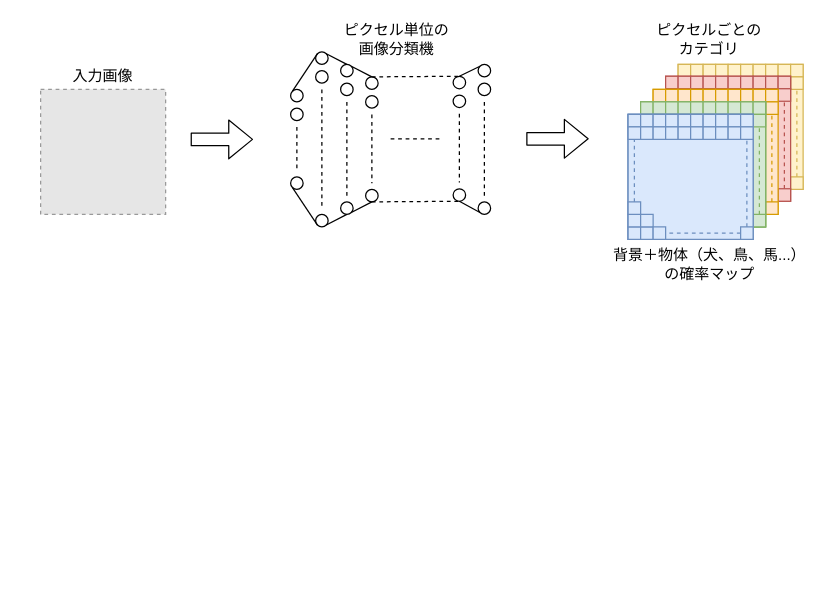
The draw.io diagram image/セマンティック・セグメンテーション.drawio in hiki-masa/JupyterNotebook_PyTorch, before the edit. Source tidied: cells renumbered, new cells numbered last; positions are measured from the earlier drawing's top-left corner, leaving out a move shared by most shapes. Both pictures are drawn from the tidied source at 125%, with x=0, y=0 at pixel (40, 26). Pictures stored in the file or linked from it are replaced by grey dashed boxes.
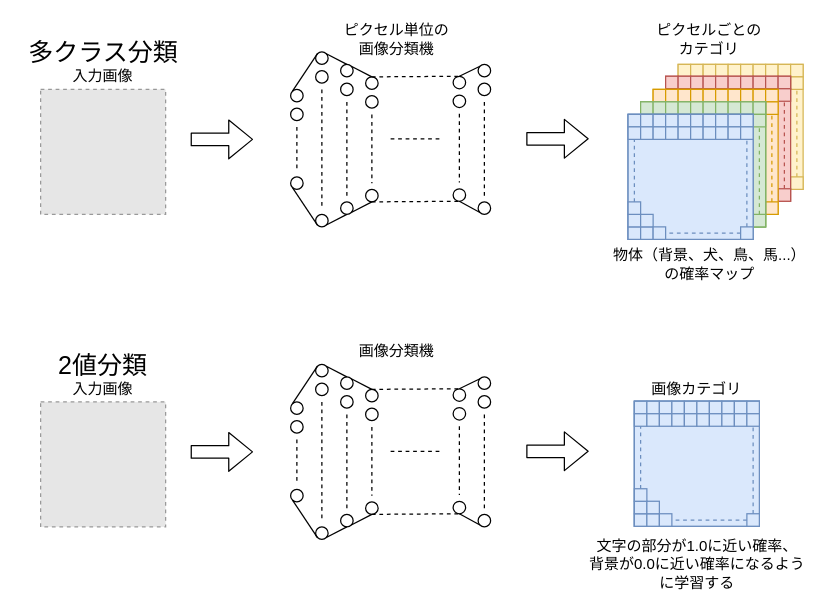
After the change.

Change to the diagram source:
```diff
@@
-    <mxCell id="74" value="背景＋物体（犬、鳥、馬...）&lt;br&gt;の確率マップ" style="text;html=1;strokeColor=none;fillColor=none;align=center;verticalAlign=middle;whiteSpace=wrap;rounded=0;" parent="1" vertex="1">
+    <mxCell id="74" value="物体（背景、犬、鳥、馬...）&lt;br&gt;の確率マップ" style="text;html=1;strokeColor=none;fillColor=none;align=center;verticalAlign=middle;whiteSpace=wrap;rounded=0;" parent="1" vertex="1">
       <mxGeometry x="452.5" y="180" width="165" height="20" as="geometry" />
     </mxCell>
@@
+    <mxCell id="203" value="入力画像" style="text;html=1;strokeColor=none;fillColor=none;align=center;verticalAlign=middle;whiteSpace=wrap;rounded=0;" parent="1" vertex="1">
+      <mxGeometry x="15" y="279.5" width="70" height="20" as="geometry" />
+    </mxCell>
+    <mxCell id="204" style="shape=flexArrow;endArrow=classic;html=1;" parent="1" edge="1">
+      <mxGeometry relative="1" as="geometry">
+        <mxPoint x="120" y="340" as="sourcePoint" />
+        <mxPoint x="170" y="340" as="targetPoint" />
+      </mxGeometry>
+    </mxCell>
+    <mxCell id="205" style="ellipse;whiteSpace=wrap;html=1;" parent="1" vertex="1">
+      <mxGeometry x="200" y="300" width="10" height="10" as="geometry" />
+    </mxCell>
+    <mxCell id="206" style="ellipse;whiteSpace=wrap;html=1;" parent="1" vertex="1">
+      <mxGeometry x="200" y="315" width="10" height="10" as="geometry" />
+    </mxCell>
+    <mxCell id="207" style="ellipse;whiteSpace=wrap;html=1;" parent="1" vertex="1">
+      <mxGeometry x="200" y="370" width="10" height="10" as="geometry" />
+    </mxCell>
+    <mxCell id="208" style="endArrow=none;dashed=1;html=1;" parent="1" edge="1">
+      <mxGeometry relative="1" as="geometry">
+        <mxPoint x="205" y="330" as="sourcePoint" />
+        <mxPoint x="205" y="365" as="targetPoint" />
+      </mxGeometry>
+    </mxCell>
+    <mxCell id="209" style="ellipse;whiteSpace=wrap;html=1;" parent="1" vertex="1">
+      <mxGeometry x="220" y="285" width="10" height="10" as="geometry" />
+    </mxCell>
+    <mxCell id="210" style="ellipse;whiteSpace=wrap;html=1;" parent="1" vertex="1">
+      <mxGeometry x="220" y="400" width="10" height="10" as="geometry" />
+    </mxCell>
+    <mxCell id="211" style="ellipse;whiteSpace=wrap;html=1;" parent="1" vertex="1">
+      <mxGeometry x="220" y="270" width="10" height="10" as="geometry" />
+    </mxCell>
+    <mxCell id="212" style="endArrow=none;dashed=1;html=1;" parent="1" edge="1">
+      <mxGeometry relative="1" as="geometry">
+        <mxPoint x="225" y="300" as="sourcePoint" />
+        <mxPoint x="225" y="395" as="targetPoint" />
+      </mxGeometry>
+    </mxCell>
+    <mxCell id="213" style="ellipse;whiteSpace=wrap;html=1;" parent="1" vertex="1">
+      <mxGeometry x="240" y="280" width="10" height="10" as="geometry" />
+    </mxCell>
+    <mxCell id="214" style="ellipse;whiteSpace=wrap;html=1;" parent="1" vertex="1">
+      <mxGeometry x="240" y="390" width="10" height="10" as="geometry" />
+    </mxCell>
+    <mxCell id="215" style="endArrow=none;dashed=1;html=1;" parent="1" edge="1">
+      <mxGeometry relative="1" as="geometry">
+        <mxPoint x="245" y="310" as="sourcePoint" />
+        <mxPoint x="245" y="385" as="targetPoint" />
+      </mxGeometry>
+    </mxCell>
+    <mxCell id="216" style="endArrow=none;html=1;exitX=0;exitY=0;exitDx=0;exitDy=0;entryX=0;entryY=0;entryDx=0;entryDy=0;" parent="1" edge="1" source="205" target="211">
+      <mxGeometry relative="1" as="geometry" />
+    </mxCell>
+    <mxCell id="217" style="endArrow=none;html=1;entryX=0;entryY=1;entryDx=0;entryDy=0;exitX=0;exitY=1;exitDx=0;exitDy=0;" parent="1" edge="1" source="210" target="207">
+      <mxGeometry relative="1" as="geometry" />
+    </mxCell>
+    <mxCell id="218" style="ellipse;whiteSpace=wrap;html=1;" parent="1" vertex="1">
+      <mxGeometry x="240" y="295" width="10" height="10" as="geometry" />
+    </mxCell>
+    <mxCell id="219" style="ellipse;whiteSpace=wrap;html=1;" parent="1" vertex="1">
+      <mxGeometry x="260" y="305" width="10" height="10" as="geometry" />
+    </mxCell>
+    <mxCell id="220" style="ellipse;whiteSpace=wrap;html=1;" parent="1" vertex="1">
+      <mxGeometry x="260" y="380" width="10" height="10" as="geometry" />
+    </mxCell>
+    <mxCell id="221" style="endArrow=none;dashed=1;html=1;" parent="1" edge="1">
+      <mxGeometry relative="1" as="geometry">
+        <mxPoint x="265" y="320" as="sourcePoint" />
+        <mxPoint x="265" y="375" as="targetPoint" />
+      </mxGeometry>
+    </mxCell>
+    <mxCell id="222" style="ellipse;whiteSpace=wrap;html=1;" parent="1" vertex="1">
+      <mxGeometry x="260" y="290" width="10" height="10" as="geometry" />
+    </mxCell>
+    <mxCell id="223" style="ellipse;whiteSpace=wrap;html=1;" parent="1" vertex="1">
+      <mxGeometry x="330" y="304.5" width="10" height="10" as="geometry" />
+    </mxCell>
+    <mxCell id="224" style="ellipse;whiteSpace=wrap;html=1;" parent="1" vertex="1">
+      <mxGeometry x="330" y="379.5" width="10" height="10" as="geometry" />
+    </mxCell>
+    <mxCell id="225" style="endArrow=none;dashed=1;html=1;" parent="1" edge="1">
+      <mxGeometry relative="1" as="geometry">
+        <mxPoint x="335" y="319.5" as="sourcePoint" />
+        <mxPoint x="335" y="374.5" as="targetPoint" />
+      </mxGeometry>
+    </mxCell>
+    <mxCell id="226" style="ellipse;whiteSpace=wrap;html=1;" parent="1" vertex="1">
+      <mxGeometry x="330" y="289.5" width="10" height="10" as="geometry" />
+    </mxCell>
+    <mxCell id="227" style="endArrow=none;dashed=1;html=1;" parent="1" edge="1">
+      <mxGeometry relative="1" as="geometry">
+        <mxPoint x="280" y="339.5" as="sourcePoint" />
+        <mxPoint x="320" y="339.5" as="targetPoint" />
+      </mxGeometry>
+    </mxCell>
+    <mxCell id="228" style="ellipse;whiteSpace=wrap;html=1;" parent="1" vertex="1">
+      <mxGeometry x="350" y="280" width="10" height="10" as="geometry" />
+    </mxCell>
+    <mxCell id="229" style="ellipse;whiteSpace=wrap;html=1;" parent="1" vertex="1">
+      <mxGeometry x="350" y="390" width="10" height="10" as="geometry" />
+    </mxCell>
+    <mxCell id="230" style="endArrow=none;dashed=1;html=1;" parent="1" edge="1">
+      <mxGeometry relative="1" as="geometry">
+        <mxPoint x="355" y="310" as="sourcePoint" />
+        <mxPoint x="355" y="385" as="targetPoint" />
+      </mxGeometry>
+    </mxCell>
+    <mxCell id="231" style="ellipse;whiteSpace=wrap;html=1;" parent="1" vertex="1">
+      <mxGeometry x="350" y="295" width="10" height="10" as="geometry" />
+    </mxCell>
+    <mxCell id="232" style="endArrow=none;html=1;exitX=1;exitY=1;exitDx=0;exitDy=0;entryX=0.5;entryY=1;entryDx=0;entryDy=0;" parent="1" edge="1" source="210" target="214">
+      <mxGeometry relative="1" as="geometry" />
+    </mxCell>
+    <mxCell id="233" style="endArrow=none;html=1;exitX=1;exitY=1;exitDx=0;exitDy=0;entryX=0.5;entryY=1;entryDx=0;entryDy=0;" parent="1" edge="1" source="214" target="220">
+      <mxGeometry relative="1" as="geometry" />
+    </mxCell>
+    <mxCell id="234" style="endArrow=none;html=1;entryX=1;entryY=0;entryDx=0;entryDy=0;exitX=0.5;exitY=0;exitDx=0;exitDy=0;" parent="1" edge="1" source="213" target="211">
+      <mxGeometry relative="1" as="geometry" />
+    </mxCell>
+    <mxCell id="235" style="endArrow=none;html=1;entryX=1;entryY=0;entryDx=0;entryDy=0;exitX=0.5;exitY=0;exitDx=0;exitDy=0;" parent="1" edge="1" source="222" target="213">
+      <mxGeometry relative="1" as="geometry" />
+    </mxCell>
+    <mxCell id="236" style="endArrow=none;dashed=1;html=1;entryX=0.5;entryY=1;entryDx=0;entryDy=0;exitX=0.5;exitY=1;exitDx=0;exitDy=0;" parent="1" edge="1" source="220" target="224">
+      <mxGeometry relative="1" as="geometry" />
+    </mxCell>
+    <mxCell id="237" style="endArrow=none;dashed=1;html=1;entryX=0.5;entryY=0;entryDx=0;entryDy=0;exitX=0.5;exitY=0;exitDx=0;exitDy=0;" parent="1" edge="1" source="222" target="226">
+      <mxGeometry relative="1" as="geometry" />
+    </mxCell>
+    <mxCell id="238" style="endArrow=none;html=1;entryX=0.5;entryY=1;entryDx=0;entryDy=0;exitX=0;exitY=1;exitDx=0;exitDy=0;" parent="1" edge="1" source="229" target="224">
+      <mxGeometry relative="1" as="geometry" />
+    </mxCell>
+    <mxCell id="239" style="endArrow=none;html=1;exitX=0.5;exitY=0;exitDx=0;exitDy=0;entryX=0;entryY=0;entryDx=0;entryDy=0;" parent="1" edge="1" source="226" target="228">
+      <mxGeometry relative="1" as="geometry" />
+    </mxCell>
+    <mxCell id="240" style="shape=flexArrow;endArrow=classic;html=1;" parent="1" edge="1">
+      <mxGeometry relative="1" as="geometry">
+        <mxPoint x="388.5" y="339.5" as="sourcePoint" />
+        <mxPoint x="438.5" y="339.5" as="targetPoint" />
+      </mxGeometry>
+    </mxCell>
+    <mxCell id="241" value="画像カテゴリ" style="text;html=1;strokeColor=none;fillColor=none;align=center;verticalAlign=middle;whiteSpace=wrap;rounded=0;" parent="1" vertex="1">
+      <mxGeometry x="480" y="279.5" width="90" height="20" as="geometry" />
+    </mxCell>
+    <mxCell id="242" value="画像分類機" style="text;html=1;strokeColor=none;fillColor=none;align=center;verticalAlign=middle;whiteSpace=wrap;rounded=0;" parent="1" vertex="1">
+      <mxGeometry x="240" y="250" width="90" height="20" as="geometry" />
+    </mxCell>
+    <mxCell id="243" style="fillColor=#E6E6E6;strokeColor=#999999;dashed=1;verticalLabelPosition=bottom;labelBackgroundColor=#ffffff;verticalAlign=top;" parent="1" vertex="1">
+      <mxGeometry y="300" width="100" height="100" as="geometry" />
+    </mxCell>
+    <mxCell id="244" style="group;fillColor=#dae8fc;strokeColor=#6c8ebf;" parent="1" vertex="1">
+      <mxGeometry x="475" y="299.5" width="100" height="100" as="geometry" />
+    </mxCell>
+    <mxCell id="245" style="group;fillColor=#dae8fc;strokeColor=#6c8ebf;" parent="244" vertex="1">
+      <mxGeometry width="100" height="100" as="geometry" />
+    </mxCell>
+    <mxCell id="246" style="group;fillColor=#dae8fc;strokeColor=#6c8ebf;" parent="245" vertex="1">
+      <mxGeometry width="100" height="100" as="geometry" />
+    </mxCell>
+    <mxCell id="247" style="rounded=0;whiteSpace=wrap;html=1;fillColor=#dae8fc;strokeColor=#6c8ebf;" parent="246" vertex="1">
+      <mxGeometry width="10" height="10" as="geometry" />
+    </mxCell>
+    <mxCell id="248" style="rounded=0;whiteSpace=wrap;html=1;fillColor=#dae8fc;strokeColor=#6c8ebf;" parent="246" vertex="1">
+      <mxGeometry x="10" width="10" height="10" as="geometry" />
+    </mxCell>
+    <mxCell id="249" style="rounded=0;whiteSpace=wrap;html=1;fillColor=#dae8fc;strokeColor=#6c8ebf;" parent="246" vertex="1">
+      <mxGeometry x="20" width="10" height="10" as="geometry" />
+    </mxCell>
+    <mxCell id="250" style="rounded=0;whiteSpace=wrap;html=1;fillColor=#dae8fc;strokeColor=#6c8ebf;" parent="246" vertex="1">
+      <mxGeometry x="30" width="10" height="10" as="geometry" />
+    </mxCell>
+    <mxCell id="251" style="rounded=0;whiteSpace=wrap;html=1;fillColor=#dae8fc;strokeColor=#6c8ebf;" parent="246" vertex="1">
+      <mxGeometry x="40" width="10" height="10" as="geometry" />
+    </mxCell>
+    <mxCell id="252" style="rounded=0;whiteSpace=wrap;html=1;fillColor=#dae8fc;strokeColor=#6c8ebf;" parent="246" vertex="1">
+      <mxGeometry x="50" width="10" height="10" as="geometry" />
+    </mxCell>
+    <mxCell id="253" style="rounded=0;whiteSpace=wrap;html=1;fillColor=#dae8fc;strokeColor=#6c8ebf;" parent="246" vertex="1">
+      <mxGeometry x="60" width="10" height="10" as="geometry" />
+    </mxCell>
+    <mxCell id="254" style="rounded=0;whiteSpace=wrap;html=1;fillColor=#dae8fc;strokeColor=#6c8ebf;" parent="246" vertex="1">
+      <mxGeometry x="70" width="10" height="10" as="geometry" />
+    </mxCell>
+    <mxCell id="255" style="rounded=0;whiteSpace=wrap;html=1;fillColor=#dae8fc;strokeColor=#6c8ebf;" parent="246" vertex="1">
+      <mxGeometry x="80" width="10" height="10" as="geometry" />
+    </mxCell>
+    <mxCell id="256" style="rounded=0;whiteSpace=wrap;html=1;fillColor=#dae8fc;strokeColor=#6c8ebf;" parent="246" vertex="1">
+      <mxGeometry x="90" width="10" height="10" as="geometry" />
+    </mxCell>
+    <mxCell id="257" style="rounded=0;whiteSpace=wrap;html=1;fillColor=#dae8fc;strokeColor=#6c8ebf;" parent="246" vertex="1">
+      <mxGeometry y="10" width="10" height="10" as="geometry" />
+    </mxCell>
+    <mxCell id="258" style="rounded=0;whiteSpace=wrap;html=1;fillColor=#dae8fc;strokeColor=#6c8ebf;" parent="246" vertex="1">
+      <mxGeometry x="10" y="10" width="10" height="10" as="geometry" />
+    </mxCell>
+    <mxCell id="259" style="rounded=0;whiteSpace=wrap;html=1;fillColor=#dae8fc;strokeColor=#6c8ebf;" parent="246" vertex="1">
+      <mxGeometry x="20" y="10" width="10" height="10" as="geometry" />
+    </mxCell>
+    <mxCell id="260" style="rounded=0;whiteSpace=wrap;html=1;fillColor=#dae8fc;strokeColor=#6c8ebf;" parent="246" vertex="1">
+      <mxGeometry x="30" y="10" width="10" height="10" as="geometry" />
+    </mxCell>
+    <mxCell id="261" style="rounded=0;whiteSpace=wrap;html=1;fillColor=#dae8fc;strokeColor=#6c8ebf;" parent="246" vertex="1">
+      <mxGeometry x="40" y="10" width="10" height="10" as="geometry" />
+    </mxCell>
+    <mxCell id="262" style="rounded=0;whiteSpace=wrap;html=1;fillColor=#dae8fc;strokeColor=#6c8ebf;" parent="246" vertex="1">
+      <mxGeometry x="50" y="10" width="10" height="10" as="geometry" />
+    </mxCell>
+    <mxCell id="263" style="rounded=0;whiteSpace=wrap;html=1;fillColor=#dae8fc;strokeColor=#6c8ebf;" parent="246" vertex="1">
+      <mxGeometry x="60" y="10" width="10" height="10" as="geometry" />
+    </mxCell>
+    <mxCell id="264" style="rounded=0;whiteSpace=wrap;html=1;fillColor=#dae8fc;strokeColor=#6c8ebf;" parent="246" vertex="1">
+      <mxGeometry x="70" y="10" width="10" height="10" as="geometry" />
+    </mxCell>
+    <mxCell id="265" style="rounded=0;whiteSpace=wrap;html=1;fillColor=#dae8fc;strokeColor=#6c8ebf;" parent="246" vertex="1">
+      <mxGeometry x="80" y="10" width="10" height="10" as="geometry" />
+    </mxCell>
+    <mxCell id="266" style="rounded=0;whiteSpace=wrap;html=1;fillColor=#dae8fc;strokeColor=#6c8ebf;" parent="246" vertex="1">
+      <mxGeometry x="90" y="10" width="10" height="10" as="geometry" />
+    </mxCell>
+    <mxCell id="267" style="edgeStyle=orthogonalEdgeStyle;rounded=0;jettySize=auto;html=1;entryX=0.5;entryY=1;entryDx=0;entryDy=0;endArrow=none;endFill=0;dashed=1;fillColor=#dae8fc;strokeColor=#6c8ebf;" parent="246" edge="1" source="276" target="257">
+      <mxGeometry relative="1" as="geometry" />
+    </mxCell>
+    <mxCell id="268" style="rounded=0;whiteSpace=wrap;html=1;fillColor=#dae8fc;strokeColor=#6c8ebf;" parent="246" vertex="1">
+      <mxGeometry y="90" width="10" height="10" as="geometry" />
+    </mxCell>
+    <mxCell id="269" style="edgeStyle=orthogonalEdgeStyle;rounded=0;jettySize=auto;html=1;exitX=0.5;exitY=0;exitDx=0;exitDy=0;entryX=0.5;entryY=1;entryDx=0;entryDy=0;dashed=1;endArrow=none;endFill=0;fillColor=#dae8fc;strokeColor=#6c8ebf;" parent="246" edge="1" source="270" target="266">
+      <mxGeometry relative="1" as="geometry" />
+    </mxCell>
+    <mxCell id="270" style="rounded=0;whiteSpace=wrap;html=1;fillColor=#dae8fc;strokeColor=#6c8ebf;" parent="246" vertex="1">
+      <mxGeometry x="90" y="90" width="10" height="10" as="geometry" />
+    </mxCell>
+    <mxCell id="271" style="rounded=0;whiteSpace=wrap;html=1;fillColor=#dae8fc;strokeColor=#6c8ebf;" parent="246" vertex="1">
+      <mxGeometry y="80" width="10" height="10" as="geometry" />
+    </mxCell>
+    <mxCell id="272" style="rounded=0;whiteSpace=wrap;html=1;fillColor=#dae8fc;strokeColor=#6c8ebf;" parent="246" vertex="1">
+      <mxGeometry x="10" y="90" width="10" height="10" as="geometry" />
+    </mxCell>
+    <mxCell id="273" style="rounded=0;whiteSpace=wrap;html=1;fillColor=#dae8fc;strokeColor=#6c8ebf;" parent="246" vertex="1">
+      <mxGeometry x="10" y="80" width="10" height="10" as="geometry" />
+    </mxCell>
+    <mxCell id="274" style="rounded=0;whiteSpace=wrap;html=1;fillColor=#dae8fc;strokeColor=#6c8ebf;" parent="246" vertex="1">
+      <mxGeometry x="20" y="90" width="10" height="10" as="geometry" />
+    </mxCell>
+    <mxCell id="275" style="edgeStyle=orthogonalEdgeStyle;rounded=0;jettySize=auto;html=1;entryX=1;entryY=0.5;entryDx=0;entryDy=0;dashed=1;endArrow=none;endFill=0;fillColor=#dae8fc;strokeColor=#6c8ebf;" parent="246" edge="1" source="270" target="274">
+      <mxGeometry relative="1" as="geometry" />
+    </mxCell>
+    <mxCell id="276" style="rounded=0;whiteSpace=wrap;html=1;fillColor=#dae8fc;strokeColor=#6c8ebf;" parent="246" vertex="1">
+      <mxGeometry y="70" width="10" height="10" as="geometry" />
+    </mxCell>
+    <mxCell id="277" value="文字の部分が1.0に近い確率、&lt;br&gt;背景が0.0に近い確率になるように学習する" style="text;html=1;strokeColor=none;fillColor=none;align=center;verticalAlign=middle;whiteSpace=wrap;rounded=0;" parent="1" vertex="1">
+      <mxGeometry x="433.5" y="420" width="183" height="20" as="geometry" />
+    </mxCell>
+    <mxCell id="278" value="&lt;font style=&quot;font-size: 20px&quot;&gt;2値分類&lt;/font&gt;" style="text;html=1;strokeColor=none;fillColor=none;align=center;verticalAlign=middle;whiteSpace=wrap;rounded=0;" parent="1" vertex="1">
+      <mxGeometry x="5" y="260" width="90" height="20" as="geometry" />
+    </mxCell>
+    <mxCell id="279" value="&lt;font style=&quot;font-size: 20px&quot;&gt;多クラス分類&lt;/font&gt;" style="text;html=1;strokeColor=none;fillColor=none;align=center;verticalAlign=middle;whiteSpace=wrap;rounded=0;" parent="1" vertex="1">
+      <mxGeometry x="-15.5" y="10" width="131" height="20" as="geometry" />
+    </mxCell>
```
